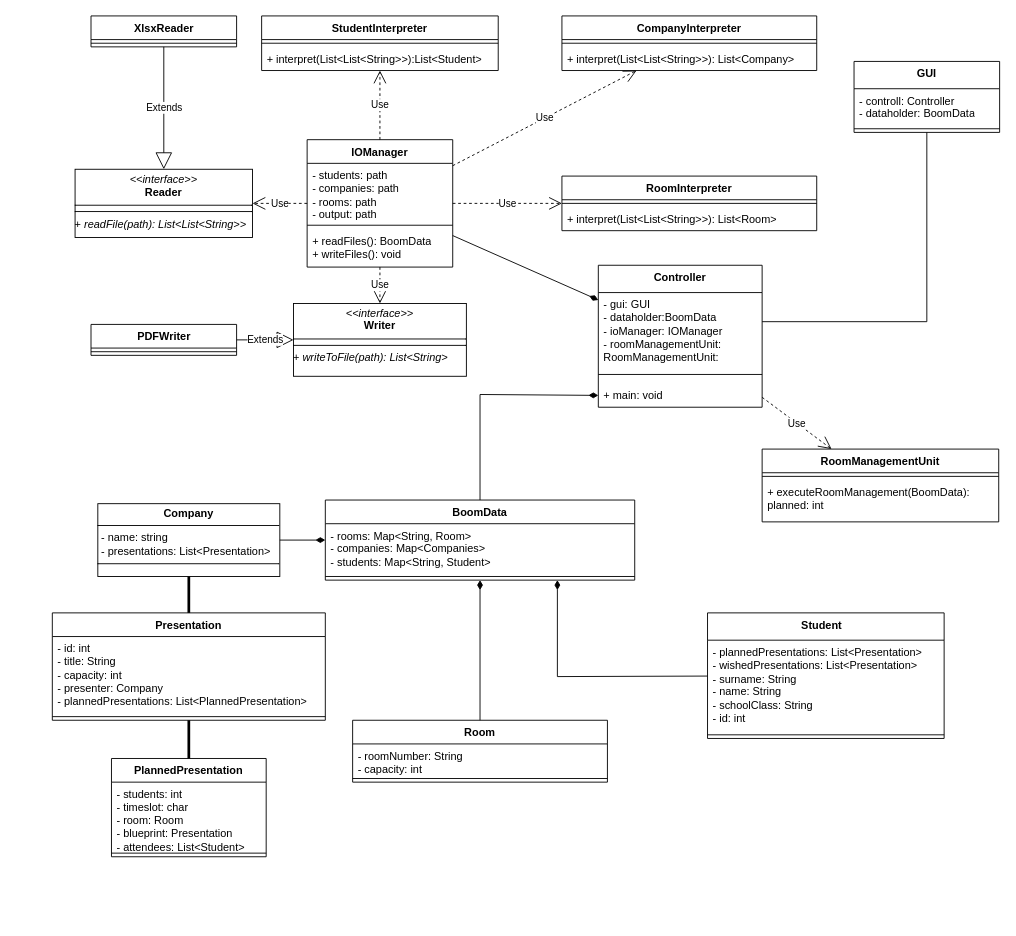
Earlier version of the draw.io diagram doc/Boom_UML.drawio (Layon701/BOOM). Source tidied: cells renumbered, new cells numbered last; positions are measured from the earlier drawing's top-left corner, leaving out a move shared by most shapes. Both pictures are drawn from the tidied source at 91%, with x=0, y=0 at pixel (52, 15).
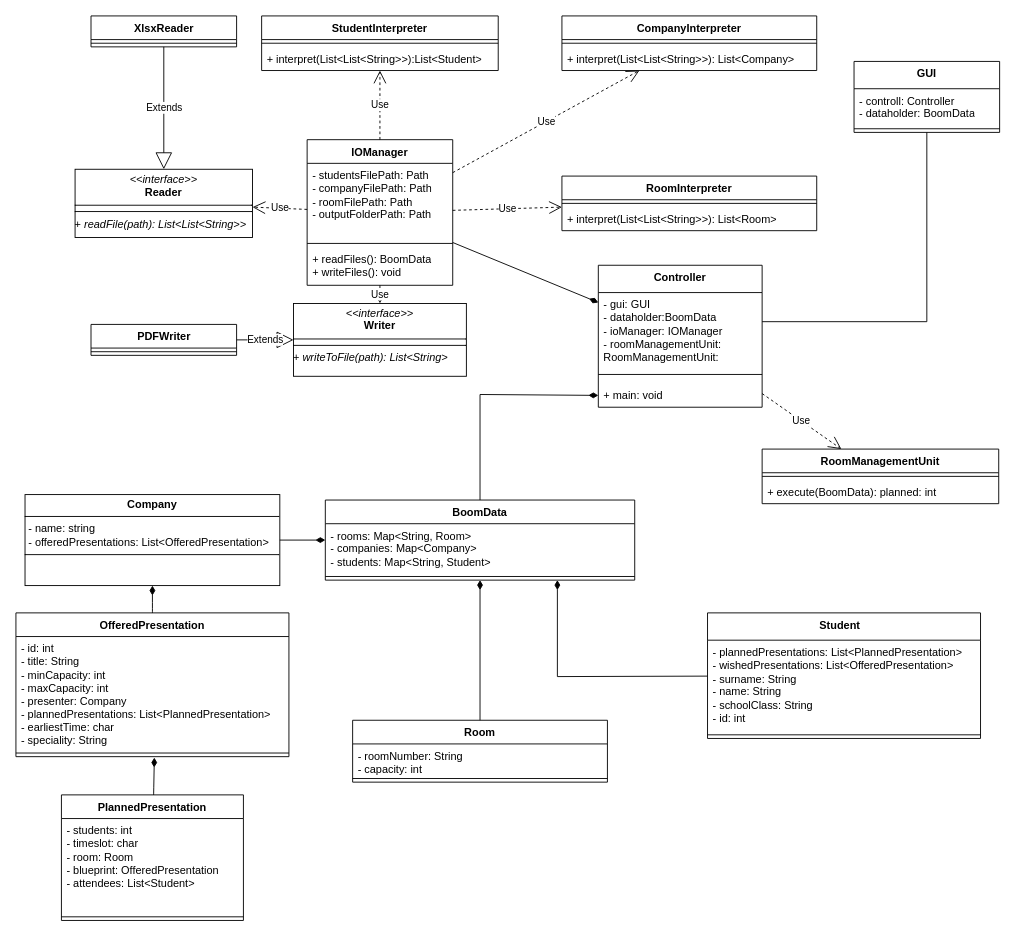
Above is the later version.

Commit message (it also covers changes not shown here):
#17: UML refactoring

Unchanged cells that the change refers to:
```xml
<mxCell id="12" value="BoomData" style="swimlane;fontStyle=1;align=center;verticalAlign=top;horizontal=1;startSize=26;whiteSpace=wrap;html=1;" parent="1" vertex="1">
  <mxGeometry x="300" y="532" width="340" height="88" as="geometry" />
</mxCell>
```

Diff of the diagram source:
```diff
@@
     <mxCell id="4" value="IOManager" style="swimlane;fontStyle=1;align=center;verticalAlign=top;horizontal=1;startSize=26;whiteSpace=wrap;html=1;" parent="1" vertex="1">
-      <mxGeometry x="280" y="136" width="160" height="140" as="geometry" />
+      <mxGeometry x="280" y="136" width="160" height="160" as="geometry" />
     </mxCell>
-    <mxCell id="5" value="&lt;div&gt;- students: path&lt;/div&gt;&lt;div&gt;- companies: path&lt;/div&gt;&lt;div&gt;- rooms: path&lt;/div&gt;&lt;div&gt;- output: path&lt;br&gt;&lt;/div&gt;" style="text;strokeColor=none;fillColor=none;align=left;verticalAlign=top;spacingLeft=4;spacingRight=4;overflow=hidden;whiteSpace=wrap;html=1;" parent="4" vertex="1">
-      <mxGeometry y="26" width="160" height="64" as="geometry" />
+    <mxCell id="5" value="&lt;div&gt;- studentsFilePath: Path&lt;/div&gt;&lt;div&gt;- companyFilePath: Path&lt;/div&gt;&lt;div&gt;- roomFilePath: Path&lt;/div&gt;&lt;div&gt;- outputFolderPath: Path&lt;br&gt;&lt;/div&gt;" style="text;strokeColor=none;fillColor=none;align=left;verticalAlign=top;spacingLeft=4;spacingRight=4;overflow=hidden;whiteSpace=wrap;html=1;" parent="4" vertex="1">
+      <mxGeometry y="26" width="160" height="84" as="geometry" />
     </mxCell>
     <mxCell id="6" style="line;strokeWidth=1;fillColor=none;align=left;verticalAlign=middle;spacingTop=-1;spacingLeft=3;spacingRight=3;labelPosition=right;strokeColor=inherit;" parent="4" vertex="1">
-      <mxGeometry y="90" width="160" height="8" as="geometry" />
+      <mxGeometry y="110" width="160" height="8" as="geometry" />
     </mxCell>
     <mxCell id="7" value="&lt;div&gt;+ readFiles(): BoomData&lt;/div&gt;&lt;div&gt;+ writeFiles(): void&lt;br&gt;&lt;/div&gt;" style="text;strokeColor=none;fillColor=none;align=left;verticalAlign=top;spacingLeft=4;spacingRight=4;overflow=hidden;whiteSpace=wrap;html=1;" parent="4" vertex="1">
-      <mxGeometry y="98" width="160" height="42" as="geometry" />
+      <mxGeometry y="118" width="160" height="42" as="geometry" />
     </mxCell>
@@
-    <mxCell id="13" value="&lt;div&gt;- rooms: Map&amp;lt;String, Room&amp;gt;&lt;/div&gt;&lt;div&gt;- companies: Map&amp;lt;Companies&amp;gt;&lt;/div&gt;&lt;div&gt;- students: Map&amp;lt;String, Student&amp;gt;&lt;br&gt;&lt;/div&gt;" style="text;strokeColor=none;fillColor=none;align=left;verticalAlign=top;spacingLeft=4;spacingRight=4;overflow=hidden;whiteSpace=wrap;html=1;" parent="12" vertex="1">
+    <mxCell id="13" value="&lt;div&gt;- rooms: Map&amp;lt;String, Room&amp;gt;&lt;/div&gt;&lt;div&gt;- companies: Map&amp;lt;Company&amp;gt;&lt;/div&gt;&lt;div&gt;- students: Map&amp;lt;String, Student&amp;gt;&lt;br&gt;&lt;/div&gt;" style="text;strokeColor=none;fillColor=none;align=left;verticalAlign=top;spacingLeft=4;spacingRight=4;overflow=hidden;whiteSpace=wrap;html=1;" parent="12" vertex="1">
       <mxGeometry y="26" width="340" height="54" as="geometry" />
     </mxCell>
@@
     <mxCell id="18" value="PlannedPresentation" style="swimlane;fontStyle=1;align=center;verticalAlign=top;horizontal=1;startSize=26;whiteSpace=wrap;html=1;" parent="1" vertex="1">
-      <mxGeometry x="65" y="816" width="170" height="108" as="geometry" />
+      <mxGeometry x="10" y="856" width="200" height="138" as="geometry" />
     </mxCell>
-    <mxCell id="19" value="&lt;div&gt;- students: int&lt;br&gt;&lt;/div&gt;&lt;div&gt;- timeslot: char&lt;br&gt;&lt;/div&gt;&lt;div&gt;- room: Room&lt;/div&gt;&lt;div&gt;- blueprint: Presentation&lt;/div&gt;&lt;div&gt;- attendees: List&amp;lt;Student&amp;gt;&lt;br&gt;&lt;/div&gt;&lt;span style=&quot;white-space: pre;&quot;&gt;&lt;/span&gt;" style="text;strokeColor=none;fillColor=none;align=left;verticalAlign=top;spacingLeft=4;spacingRight=4;overflow=hidden;whiteSpace=wrap;html=1;" parent="18" vertex="1">
-      <mxGeometry y="26" width="170" height="74" as="geometry" />
+    <mxCell id="19" value="&lt;div&gt;- students: int&lt;br&gt;&lt;/div&gt;&lt;div&gt;- timeslot: char&lt;br&gt;&lt;/div&gt;&lt;div&gt;- room: Room&lt;/div&gt;&lt;div&gt;- blueprint: OfferedPresentation&lt;/div&gt;&lt;div&gt;- attendees: List&amp;lt;Student&amp;gt;&lt;br&gt;&lt;/div&gt;&lt;span style=&quot;white-space: pre;&quot;&gt;&lt;/span&gt;" style="text;strokeColor=none;fillColor=none;align=left;verticalAlign=top;spacingLeft=4;spacingRight=4;overflow=hidden;whiteSpace=wrap;html=1;" parent="18" vertex="1">
+      <mxGeometry y="26" width="200" height="104" as="geometry" />
     </mxCell>
     <mxCell id="20" style="line;strokeWidth=1;fillColor=none;align=left;verticalAlign=middle;spacingTop=-1;spacingLeft=3;spacingRight=3;labelPosition=right;strokeColor=inherit;" parent="18" vertex="1">
-      <mxGeometry y="100" width="170" height="8" as="geometry" />
+      <mxGeometry y="130" width="200" height="8" as="geometry" />
     </mxCell>
     <mxCell id="21" value="Student&lt;span style=&quot;white-space: pre;&quot;&gt;&#9;&lt;/span&gt;" style="swimlane;fontStyle=1;align=center;verticalAlign=top;horizontal=1;startSize=30;whiteSpace=wrap;html=1;" parent="1" vertex="1">
-      <mxGeometry x="720" y="656" width="260" height="138" as="geometry" />
+      <mxGeometry x="720" y="656" width="300" height="138" as="geometry" />
     </mxCell>
-    <mxCell id="22" value="&lt;div&gt;- plannedPresentations: List&amp;lt;Presentation&amp;gt;&lt;/div&gt;&lt;div&gt;- wishedPresentations: List&amp;lt;Presentation&amp;gt;&lt;/div&gt;&lt;div&gt;- surname: String&lt;/div&gt;&lt;div&gt;- name: String&lt;/div&gt;&lt;div&gt;- schoolClass: String&lt;br&gt;&lt;/div&gt;&lt;div&gt;- id: int&lt;br&gt;&lt;/div&gt;" style="text;strokeColor=none;fillColor=none;align=left;verticalAlign=top;spacingLeft=4;spacingRight=4;overflow=hidden;whiteSpace=wrap;html=1;" parent="21" vertex="1">
-      <mxGeometry y="30" width="260" height="100" as="geometry" />
+    <mxCell id="22" value="&lt;div&gt;- plannedPresentations: List&amp;lt;PlannedPresentation&amp;gt;&lt;/div&gt;&lt;div&gt;- wishedPresentations: List&amp;lt;OfferedPresentation&amp;gt;&lt;/div&gt;&lt;div&gt;- surname: String&lt;/div&gt;&lt;div&gt;- name: String&lt;/div&gt;&lt;div&gt;- schoolClass: String&lt;br&gt;&lt;/div&gt;&lt;div&gt;- id: int&lt;br&gt;&lt;/div&gt;" style="text;strokeColor=none;fillColor=none;align=left;verticalAlign=top;spacingLeft=4;spacingRight=4;overflow=hidden;whiteSpace=wrap;html=1;" parent="21" vertex="1">
+      <mxGeometry y="30" width="300" height="100" as="geometry" />
     </mxCell>
     <mxCell id="23" style="line;strokeWidth=1;fillColor=none;align=left;verticalAlign=middle;spacingTop=-1;spacingLeft=3;spacingRight=3;labelPosition=right;strokeColor=inherit;" parent="21" vertex="1">
-      <mxGeometry y="130" width="260" height="8" as="geometry" />
+      <mxGeometry y="130" width="300" height="8" as="geometry" />
     </mxCell>
@@
+    <mxCell id="49" style="edgeStyle=none;curved=1;rounded=0;jettySize=auto;html=1;fontSize=12;startSize=8;endSize=8;endArrow=diamondThin;endFill=1;" parent="1" edge="1" source="29" target="38">
+      <mxGeometry relative="1" as="geometry" />
+    </mxCell>
-    <mxCell id="29" value="Presentation" style="swimlane;fontStyle=1;align=center;verticalAlign=top;horizontal=1;startSize=26;whiteSpace=wrap;html=1;" parent="1" vertex="1">
-      <mxGeometry y="656" width="300" height="118" as="geometry" />
+    <mxCell id="29" value="OfferedPresentation" style="swimlane;fontStyle=1;align=center;verticalAlign=top;horizontal=1;startSize=26;whiteSpace=wrap;html=1;" parent="1" vertex="1">
+      <mxGeometry x="-40" y="656" width="300" height="158" as="geometry" />
     </mxCell>
-    <mxCell id="30" value="&lt;div&gt;- id: int&lt;br&gt;&lt;/div&gt;&lt;div&gt;- title: String&lt;/div&gt;&lt;div&gt;- capacity: int&lt;/div&gt;&lt;div&gt;- presenter: Company&lt;/div&gt;&lt;div&gt;- plannedPresentations: List&amp;lt;PlannedPresentation&amp;gt;&lt;br&gt;&lt;/div&gt;&lt;span style=&quot;white-space: pre;&quot;&gt;&lt;/span&gt;" style="text;strokeColor=none;fillColor=none;align=left;verticalAlign=top;spacingLeft=4;spacingRight=4;overflow=hidden;whiteSpace=wrap;html=1;" parent="29" vertex="1">
-      <mxGeometry y="26" width="300" height="84" as="geometry" />
+    <mxCell id="30" value="&lt;div&gt;- id: int&lt;br&gt;&lt;/div&gt;&lt;div&gt;- title: String&lt;/div&gt;&lt;div&gt;- minCapacity: int&lt;/div&gt;&lt;div&gt;- maxCapacity: int&lt;/div&gt;&lt;div&gt;- presenter: Company&lt;/div&gt;&lt;div&gt;- plannedPresentations: List&amp;lt;PlannedPresentation&amp;gt;&lt;/div&gt;&lt;div&gt;- earliestTime: char&lt;/div&gt;&lt;div&gt;- speciality: String&lt;br&gt;&lt;/div&gt;&lt;span style=&quot;white-space: pre;&quot;&gt;&lt;/span&gt;" style="text;strokeColor=none;fillColor=none;align=left;verticalAlign=top;spacingLeft=4;spacingRight=4;overflow=hidden;whiteSpace=wrap;html=1;" parent="29" vertex="1">
+      <mxGeometry y="26" width="300" height="124" as="geometry" />
     </mxCell>
     <mxCell id="31" style="line;strokeWidth=1;fillColor=none;align=left;verticalAlign=middle;spacingTop=-1;spacingLeft=3;spacingRight=3;labelPosition=right;points=[];portConstraint=eastwest;strokeColor=inherit;" parent="29" vertex="1">
-      <mxGeometry y="110" width="300" height="8" as="geometry" />
+      <mxGeometry y="150" width="300" height="8" as="geometry" />
     </mxCell>
@@
     <mxCell id="33" value="RoomManagementUnit" style="swimlane;fontStyle=1;align=center;verticalAlign=top;horizontal=1;startSize=26;whiteSpace=wrap;html=1;" parent="1" vertex="1">
-      <mxGeometry x="780" y="476" width="260" height="80" as="geometry" />
+      <mxGeometry x="780" y="476" width="260" height="60" as="geometry" />
     </mxCell>
@@
-    <mxCell id="35" value="&lt;div&gt;+ executeRoomManagement(BoomData): planned: int &lt;br&gt;&lt;/div&gt;" style="text;strokeColor=none;fillColor=none;align=left;verticalAlign=top;spacingLeft=4;spacingRight=4;overflow=hidden;whiteSpace=wrap;html=1;" parent="33" vertex="1">
-      <mxGeometry y="34" width="260" height="46" as="geometry" />
+    <mxCell id="35" value="&lt;div&gt;+ execute(BoomData): planned: int &lt;br&gt;&lt;/div&gt;" style="text;strokeColor=none;fillColor=none;align=left;verticalAlign=top;spacingLeft=4;spacingRight=4;overflow=hidden;whiteSpace=wrap;html=1;" parent="33" vertex="1">
+      <mxGeometry y="34" width="260" height="26" as="geometry" />
     </mxCell>
@@
-    <mxCell id="38" value="&lt;p style=&quot;margin:0px;margin-top:4px;text-align:center;&quot;&gt;&lt;b&gt;Company&lt;/b&gt;&lt;/p&gt;&lt;hr size=&quot;1&quot; style=&quot;border-style:solid;&quot;&gt;&lt;p style=&quot;margin:0px;margin-left:4px;&quot;&gt;- name: string&lt;/p&gt;&lt;p style=&quot;margin:0px;margin-left:4px;&quot;&gt;- presentations: List&amp;lt;Presentation&amp;gt;&lt;br&gt;&lt;/p&gt;&lt;hr size=&quot;1&quot; style=&quot;border-style:solid;&quot;&gt;&lt;p style=&quot;margin:0px;margin-left:4px;&quot;&gt;&lt;br&gt;&lt;/p&gt;" style="verticalAlign=top;align=left;overflow=fill;html=1;whiteSpace=wrap;" parent="1" vertex="1">
-      <mxGeometry x="50" y="536" width="200" height="80" as="geometry" />
+    <mxCell id="38" value="&lt;p style=&quot;margin:0px;margin-top:4px;text-align:center;&quot;&gt;&lt;b&gt;Company&lt;/b&gt;&lt;/p&gt;&lt;hr size=&quot;1&quot; style=&quot;border-style:solid;&quot;&gt;&lt;p style=&quot;margin:0px;margin-left:4px;&quot;&gt;- name: string&lt;/p&gt;&lt;p style=&quot;margin:0px;margin-left:4px;&quot;&gt;- offeredPresentations: List&amp;lt;OfferedPresentation&amp;gt;&lt;br&gt;&lt;/p&gt;&lt;hr size=&quot;1&quot; style=&quot;border-style:solid;&quot;&gt;&lt;p style=&quot;margin:0px;margin-left:4px;&quot;&gt;&lt;br&gt;&lt;/p&gt;" style="verticalAlign=top;align=left;overflow=fill;html=1;whiteSpace=wrap;" parent="1" vertex="1">
+      <mxGeometry x="-30" y="526" width="280" height="100" as="geometry" />
     </mxCell>
@@
-    <mxCell id="49" style="endArrow=none;startArrow=none;endFill=0;startFill=0;endSize=8;html=1;verticalAlign=bottom;labelBackgroundColor=none;strokeWidth=3;rounded=0;" parent="1" edge="1" source="29" target="38">
-      <mxGeometry relative="1" as="geometry" />
-    </mxCell>
-    <mxCell id="50" style="endArrow=none;startArrow=none;endFill=0;startFill=0;endSize=8;html=1;verticalAlign=bottom;labelBackgroundColor=none;strokeWidth=3;rounded=0;" parent="1" edge="1" source="29" target="18">
-      <mxGeometry relative="1" as="geometry" />
-    </mxCell>
@@
+    <mxCell id="63" style="edgeStyle=none;curved=1;rounded=0;jettySize=auto;html=1;entryX=0.507;entryY=1.125;entryDx=0;entryDy=0;entryPerimeter=0;fontSize=12;startSize=8;endSize=8;endArrow=diamondThin;endFill=1;" parent="1" edge="1" source="18" target="31">
+      <mxGeometry relative="1" as="geometry" />
+    </mxCell>
```
